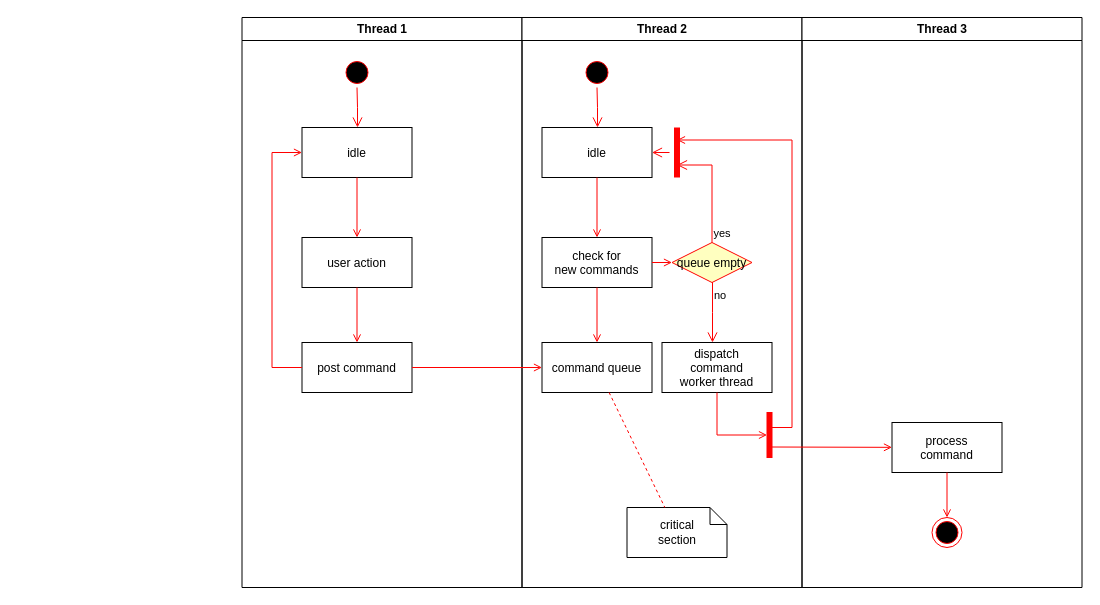
Before: Saved Pictures/Diagramme sans nom.drawio in ETAMO07/drawio, a draw.io diagram. Source tidied: cells renumbered, new cells numbered last; positions are measured from the earlier drawing's top-left corner, leaving out a move shared by most shapes. Both pictures are drawn from the tidied source at 100%, with x=0, y=0 at pixel (241, 17).
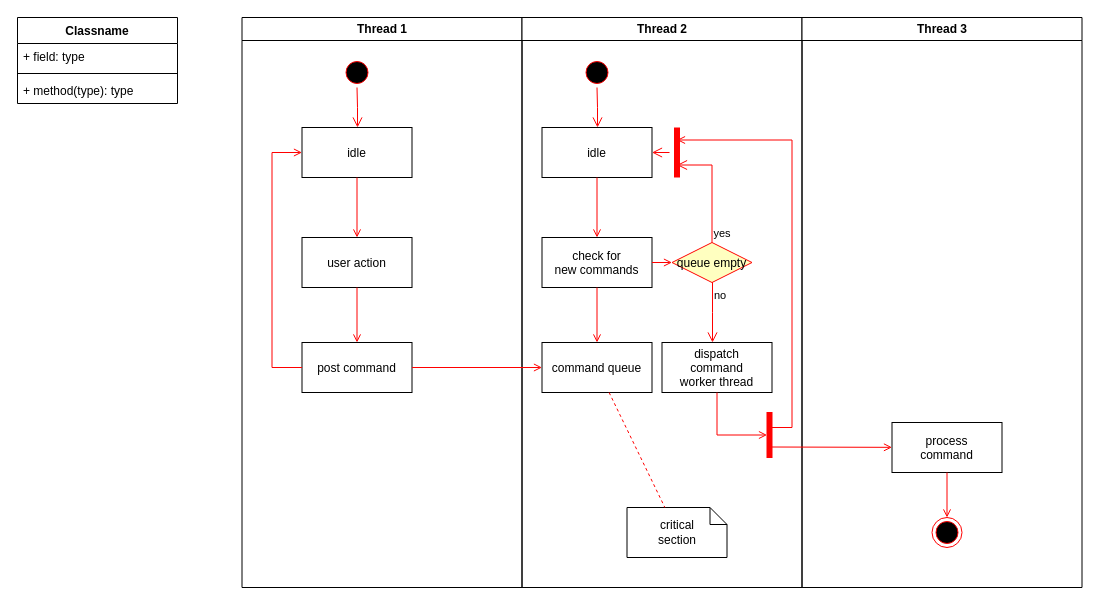
The same page after the edit.

The edit, as a diff of the source:
```diff
@@
+    <mxCell id="37" value="Classname" style="swimlane;fontStyle=1;align=center;verticalAlign=top;horizontal=1;startSize=26;whiteSpace=wrap;html=1;" parent="1" vertex="1">
+      <mxGeometry x="-224" width="160" height="86" as="geometry" />
+    </mxCell>
+    <mxCell id="38" value="+ field: type" style="text;strokeColor=none;fillColor=none;align=left;verticalAlign=top;spacingLeft=4;spacingRight=4;overflow=hidden;whiteSpace=wrap;html=1;" parent="37" vertex="1">
+      <mxGeometry y="26" width="160" height="26" as="geometry" />
+    </mxCell>
+    <mxCell id="39" style="line;strokeWidth=1;fillColor=none;align=left;verticalAlign=middle;spacingTop=-1;spacingLeft=3;spacingRight=3;labelPosition=right;strokeColor=inherit;" parent="37" vertex="1">
+      <mxGeometry y="52" width="160" height="8" as="geometry" />
+    </mxCell>
+    <mxCell id="40" value="+ method(type): type" style="text;strokeColor=none;fillColor=none;align=left;verticalAlign=top;spacingLeft=4;spacingRight=4;overflow=hidden;whiteSpace=wrap;html=1;" parent="37" vertex="1">
+      <mxGeometry y="60" width="160" height="26" as="geometry" />
+    </mxCell>
```
